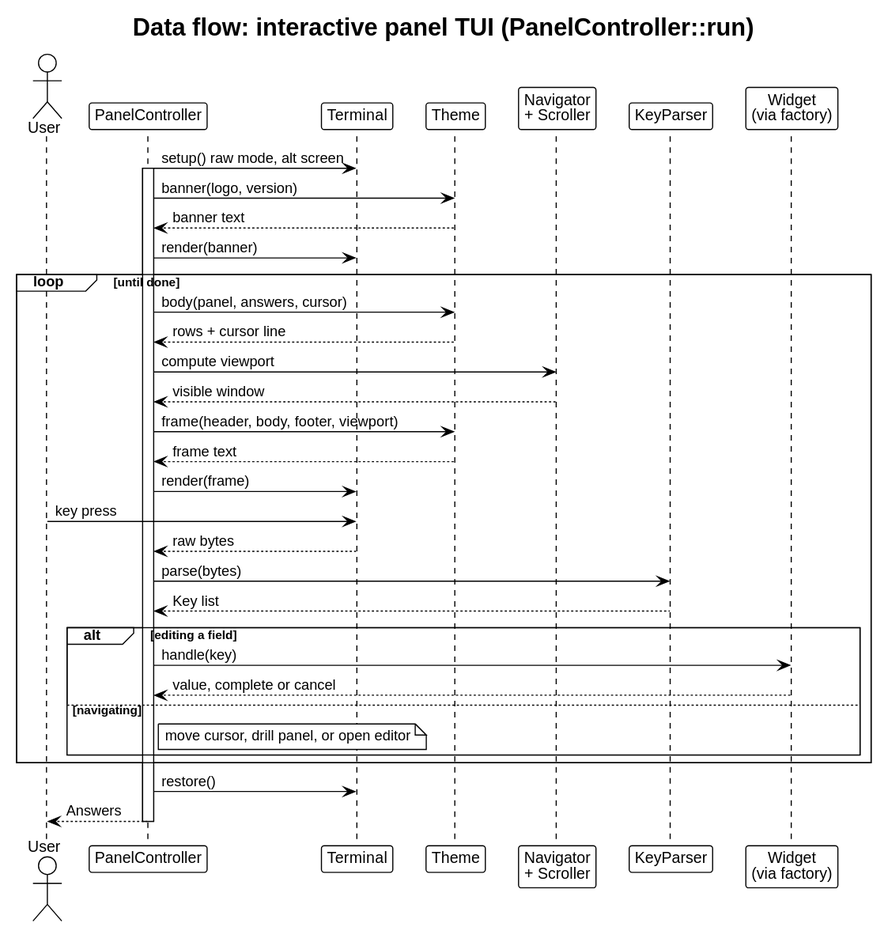
drevops/tui keeps this PlantUML diagram as docs/architecture/dataflow-tui.svg. Above is the earlier version. The source it was exported from:
```plantuml
@startuml
!theme plain
skinparam backgroundColor white
skinparam defaultFontName Helvetica
skinparam shadowing false
title Data flow: interactive panel TUI (PanelController::run)

actor "User" as User
participant "PanelController" as PC
participant "Terminal" as Term
participant "Theme" as Theme
participant "Navigator\n+ Scroller" as Nav
participant "KeyParser" as KP
participant "Widget\n(via factory)" as W

PC -> Term: setup() raw mode, alt screen
activate PC
PC -> Theme: banner(logo, version)
Theme --> PC: banner text
PC -> Term: render(banner)

loop until done
  PC -> Theme: body(panel, answers, cursor)
  Theme --> PC: rows + cursor line
  PC -> Nav: compute viewport
  Nav --> PC: visible window
  PC -> Theme: frame(header, body, footer, viewport)
  Theme --> PC: frame text
  PC -> Term: render(frame)

  User -> Term: key press
  Term --> PC: raw bytes
  PC -> KP: parse(bytes)
  KP --> PC: Key list

  alt editing a field
    PC -> W: handle(key)
    W --> PC: value, complete or cancel
  else navigating
    note right of PC: move cursor, drill panel, or open editor
  end
end

PC -> Term: restore()
PC --> User: Answers
deactivate PC
@enduml
```
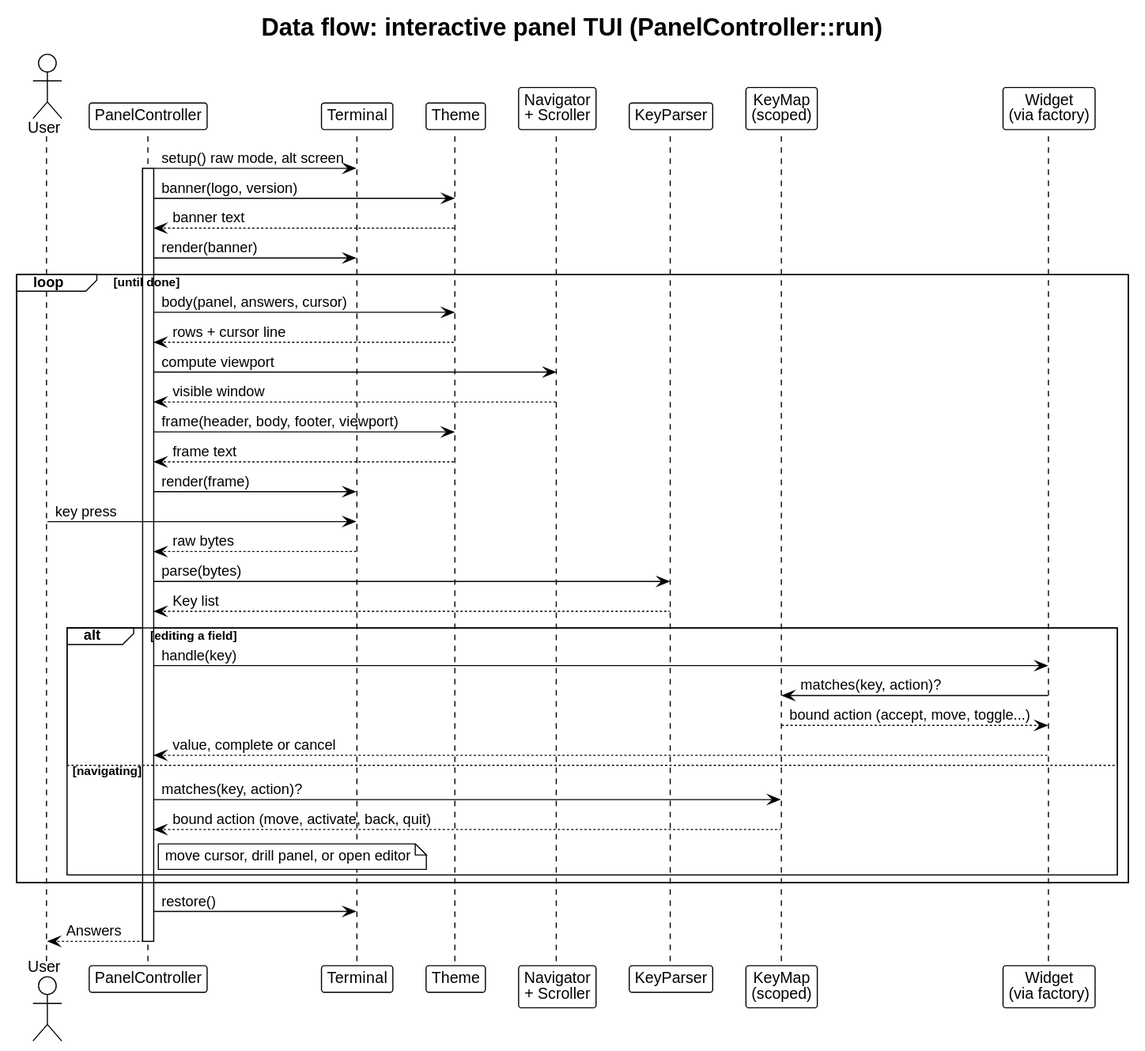
Above is the later version.

The edit, as a diff of the source:
```diff
@@ -11,6 +11,7 @@
 participant "Theme" as Theme
 participant "Navigator\n+ Scroller" as Nav
 participant "KeyParser" as KP
+participant "KeyMap\n(scoped)" as KM
 participant "Widget\n(via factory)" as W
 
 PC -> Term: setup() raw mode, alt screen
@@ -35,8 +36,12 @@
 
   alt editing a field
     PC -> W: handle(key)
+    W -> KM: matches(key, action)?
+    KM --> W: bound action (accept, move, toggle...)
     W --> PC: value, complete or cancel
   else navigating
+    PC -> KM: matches(key, action)?
+    KM --> PC: bound action (move, activate, back, quit)
     note right of PC: move cursor, drill panel, or open editor
   end
 end
```
